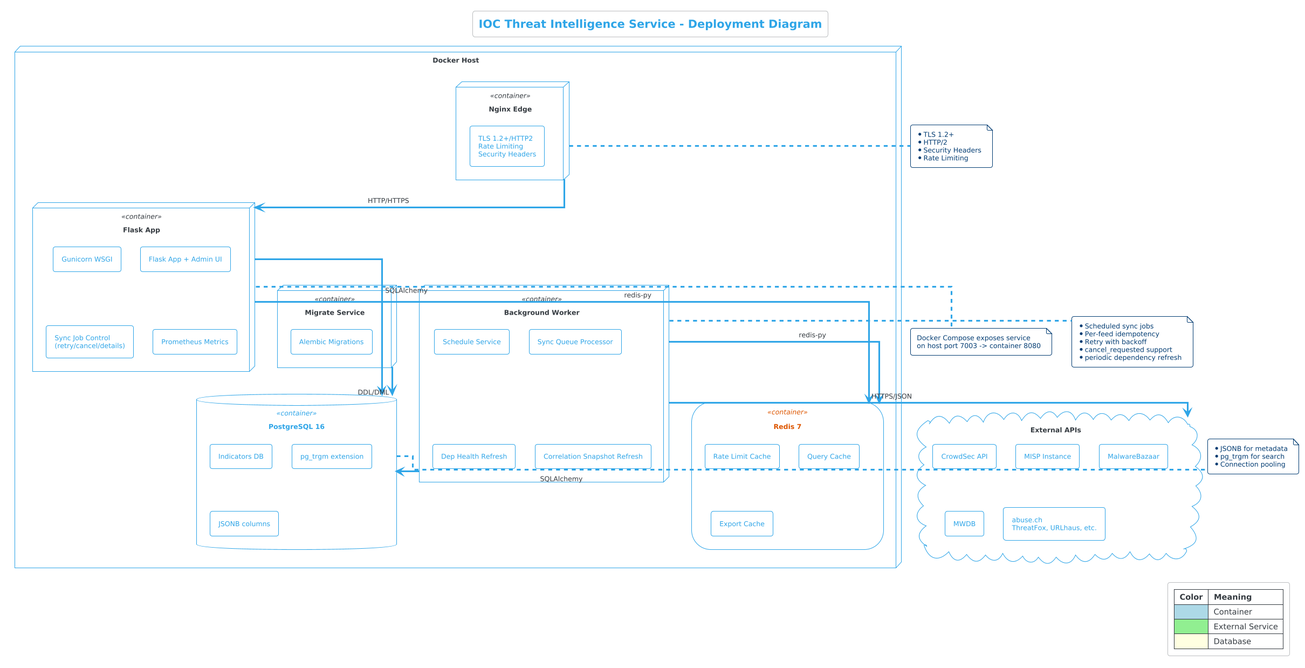
Earlier version of the PlantUML export docs/uml/generated/IOC_Service_Deployment.png (mkilijanek/parsedmarc).
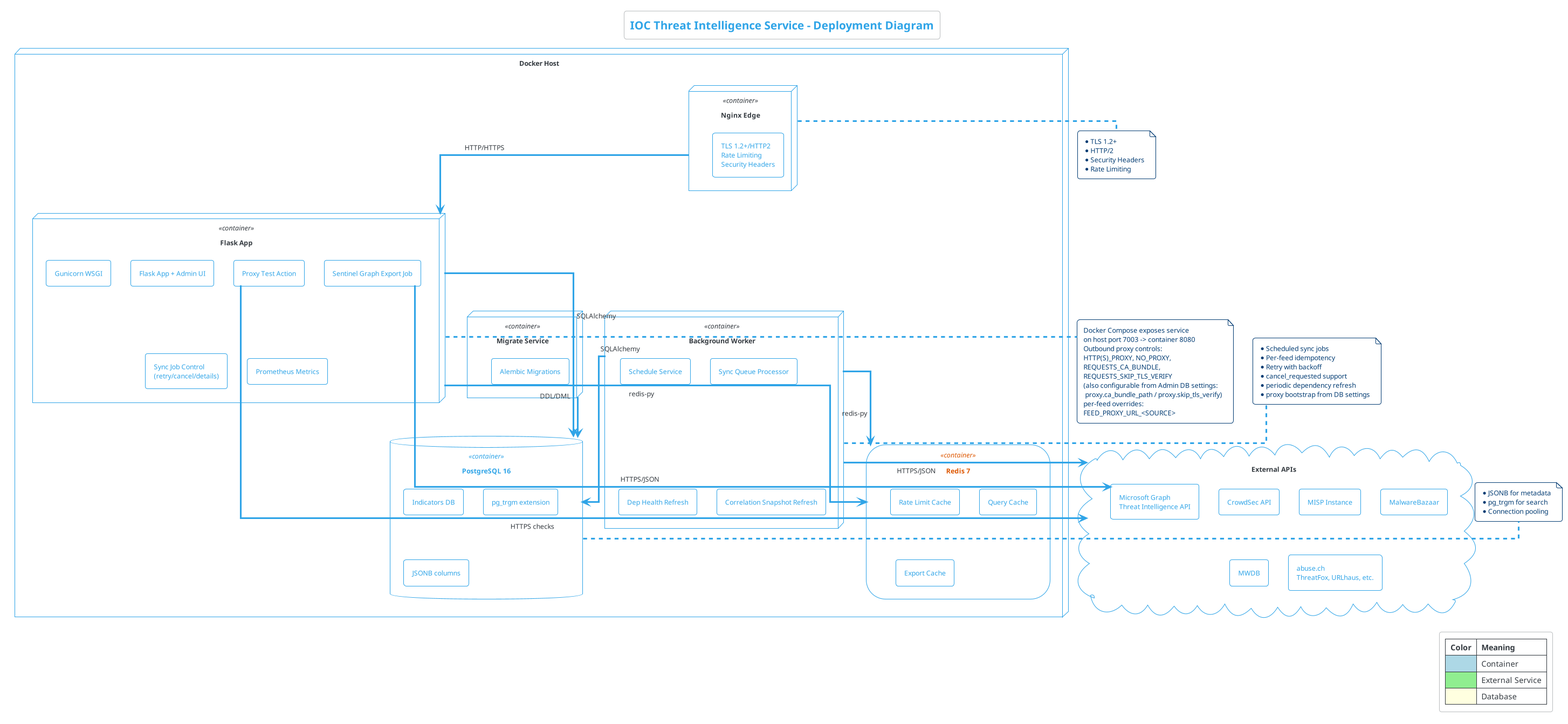
After the change.

The edit, as a diff of the source:
```diff
@@ -15,6 +15,8 @@
         [Gunicorn WSGI] as Gunicorn
         [Flask App + Admin UI] as Flask
         [Sync Job Control\n(retry/cancel/details)] as JobCtrl
+        [Proxy Test Action] as ProxyTest
+        [Sentinel Graph Export Job] as SentinelJob
         [Prometheus Metrics] as Metrics
     }
 
@@ -48,11 +50,14 @@
     [MalwareBazaar] as Bazaar
     [MWDB] as MWDB
     [abuse.ch\nThreatFox, URLhaus, etc.] as AbuseCh
+    [Microsoft Graph\nThreat Intelligence API] as GraphAPI
 }
 
 Nginx --> App : HTTP/HTTPS
 App --> Postgres : SQLAlchemy
 App --> Redis : redis-py
+ProxyTest --> External : HTTPS checks
+SentinelJob --> GraphAPI : HTTPS/JSON
 Worker --> Postgres : SQLAlchemy
 Worker --> Redis : redis-py
 Worker --> External : HTTPS/JSON
@@ -77,11 +82,20 @@
   * Retry with backoff
   * cancel_requested support
   * periodic dependency refresh
+  * proxy bootstrap from DB settings
 end note
 
 note bottom of App
   Docker Compose exposes service
   on host port 7003 -> container 8080
+  Outbound proxy controls:
+  HTTP(S)_PROXY, NO_PROXY,
+  REQUESTS_CA_BUNDLE,
+  REQUESTS_SKIP_TLS_VERIFY
+  (also configurable from Admin DB settings:
+   proxy.ca_bundle_path / proxy.skip_tls_verify)
+  per-feed overrides:
+  FEED_PROXY_URL_<SOURCE>
 end note
 
 legend right
```
